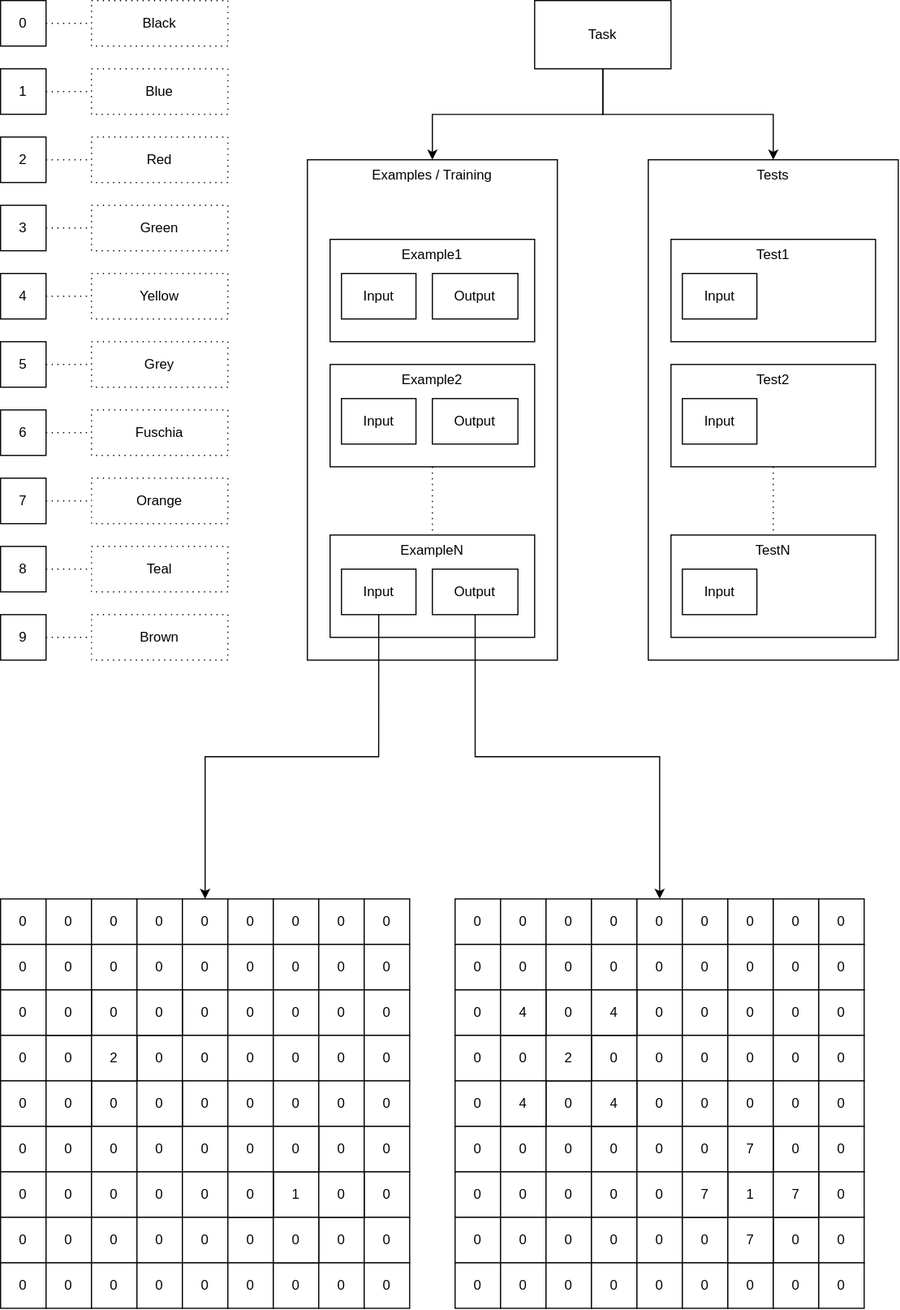
This is doc/diagrams/ArcGridSample.svg from aw9614569/InfoCell, a draw.io export, as it was before one commit. Source tidied: cells renumbered, new cells last; positions are measured from the earlier drawing's top-left corner, leaving out a move shared by most shapes.
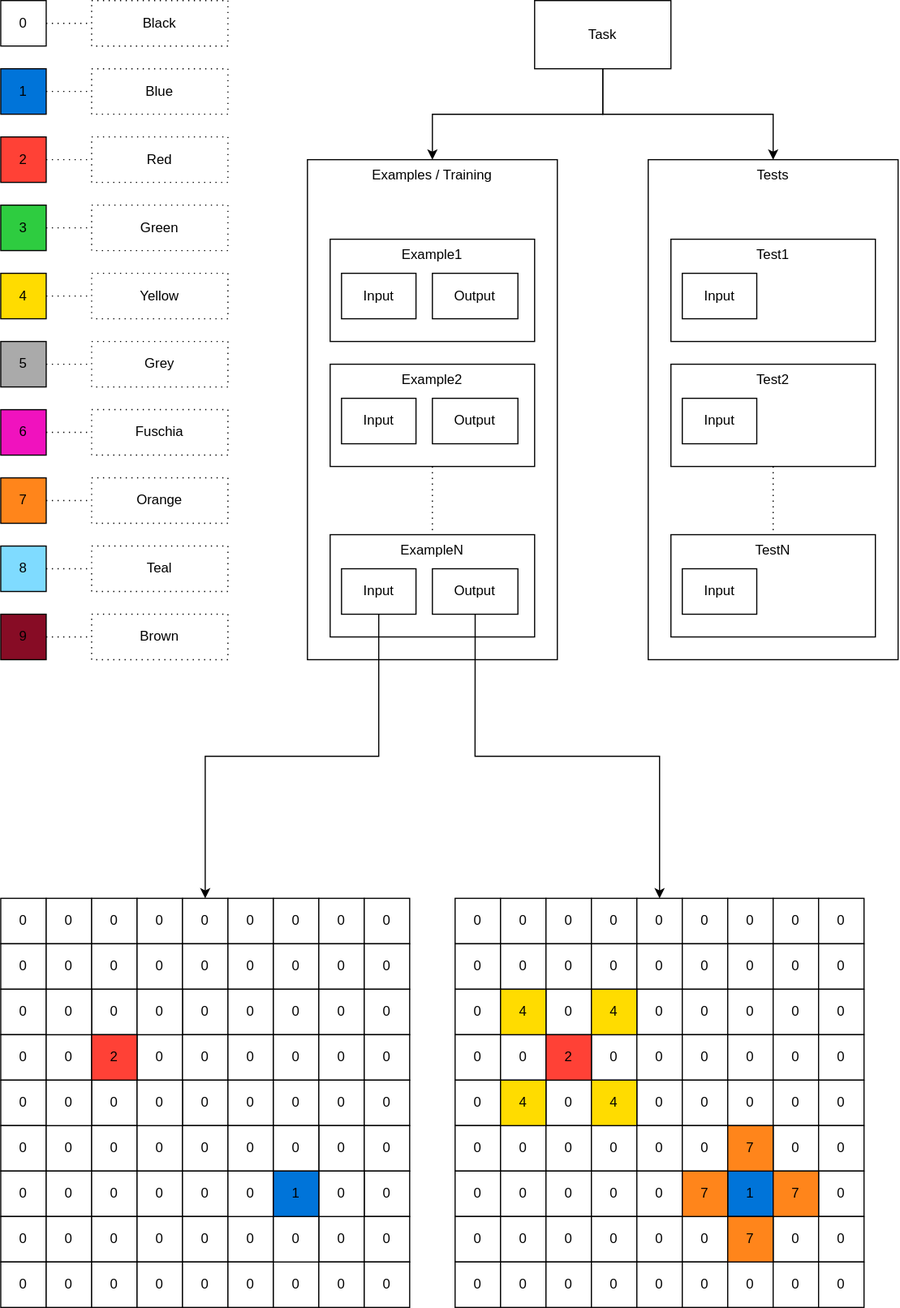
After the change.

Diff of the diagram source:
```diff
@@ -2,31 +2,31 @@
   <root>
     <mxCell id="0" />
     <mxCell id="1" parent="0" />
-    <mxCell id="2" value="5" style="whiteSpace=wrap;html=1;fillColor=light-dark(#FFFFFF,#AAAAAA);" parent="1" vertex="1">
+    <mxCell id="2" value="5" style="whiteSpace=wrap;html=1;fillColor=light-dark(#AAAAAA,#AAAAAA);" parent="1" vertex="1">
       <mxGeometry y="300" width="40" height="40" as="geometry" />
     </mxCell>
-    <mxCell id="3" value="6" style="whiteSpace=wrap;html=1;fillColor=light-dark(#FFFFFF,#F012BE);" parent="1" vertex="1">
+    <mxCell id="3" value="6" style="whiteSpace=wrap;html=1;fillColor=light-dark(#F012BE,#F012BE);" parent="1" vertex="1">
       <mxGeometry y="360" width="40" height="40" as="geometry" />
     </mxCell>
-    <mxCell id="4" value="4" style="whiteSpace=wrap;html=1;fillColor=light-dark(#FFFFFF,#FFDC00);" parent="1" vertex="1">
+    <mxCell id="4" value="4" style="whiteSpace=wrap;html=1;fillColor=light-dark(#FFDC00,#FFDC00);" parent="1" vertex="1">
       <mxGeometry y="240" width="40" height="40" as="geometry" />
     </mxCell>
-    <mxCell id="5" value="7" style="whiteSpace=wrap;html=1;fillColor=light-dark(#FFFFFF,#FF851B);" parent="1" vertex="1">
+    <mxCell id="5" value="7" style="whiteSpace=wrap;html=1;fillColor=light-dark(#FF851B,#FF851B);" parent="1" vertex="1">
       <mxGeometry y="420" width="40" height="40" as="geometry" />
     </mxCell>
-    <mxCell id="6" value="3" style="whiteSpace=wrap;html=1;fillColor=light-dark(#FFFFFF,#2ECC40);" parent="1" vertex="1">
+    <mxCell id="6" value="3" style="whiteSpace=wrap;html=1;fillColor=light-dark(#2ECC40,#2ECC40);" parent="1" vertex="1">
       <mxGeometry y="180" width="40" height="40" as="geometry" />
     </mxCell>
-    <mxCell id="7" value="8" style="whiteSpace=wrap;html=1;fillColor=light-dark(#FFFFFF,#7FDBFF);" parent="1" vertex="1">
+    <mxCell id="7" value="8" style="whiteSpace=wrap;html=1;fillColor=light-dark(#7FDBFF,#7FDBFF);" parent="1" vertex="1">
       <mxGeometry y="480" width="40" height="40" as="geometry" />
     </mxCell>
-    <mxCell id="8" value="2" style="whiteSpace=wrap;html=1;fillColor=light-dark(#FFFFFF,#FF4136);" parent="1" vertex="1">
+    <mxCell id="8" value="2" style="whiteSpace=wrap;html=1;fillColor=light-dark(#FF4136,#FF4136);" parent="1" vertex="1">
       <mxGeometry y="120" width="40" height="40" as="geometry" />
     </mxCell>
-    <mxCell id="9" value="1" style="whiteSpace=wrap;html=1;fillColor=light-dark(#FFFFFF,#0074D9);" parent="1" vertex="1">
+    <mxCell id="9" value="1" style="whiteSpace=wrap;html=1;fillColor=light-dark(#0074D9,#0074D9);" parent="1" vertex="1">
       <mxGeometry y="60" width="40" height="40" as="geometry" />
     </mxCell>
-    <mxCell id="10" value="9" style="whiteSpace=wrap;html=1;fillColor=light-dark(#FFFFFF,#870C25);" parent="1" vertex="1">
+    <mxCell id="10" value="9" style="whiteSpace=wrap;html=1;fillColor=light-dark(#870C25,#870C25);" parent="1" vertex="1">
       <mxGeometry y="540" width="40" height="40" as="geometry" />
     </mxCell>
     <mxCell id="11" style="rounded=0;jettySize=auto;html=1;exitX=1;exitY=0.5;exitDx=0;exitDy=0;dashed=1;endArrow=none;startFill=0;dashPattern=1 4;" parent="1" edge="1" source="12">
@@ -34,7 +34,7 @@
         <mxPoint x="80" y="20" as="targetPoint" />
       </mxGeometry>
     </mxCell>
-    <mxCell id="12" value="0" style="whiteSpace=wrap;html=1;" parent="1" vertex="1">
+    <mxCell id="12" value="&lt;font&gt;0&lt;/font&gt;" style="whiteSpace=wrap;html=1;fillColor=light-dark(#FFFFFF,#000000);" parent="1" vertex="1">
       <mxGeometry width="40" height="40" as="geometry" />
     </mxCell>
     <mxCell id="13" value="Black" style="rounded=0;whiteSpace=wrap;html=1;dashed=1;dashPattern=1 4;" parent="1" vertex="1">
@@ -337,35 +337,35 @@
     <mxCell id="103" value="0" style="whiteSpace=wrap;html=1;" parent="32" vertex="1">
       <mxGeometry x="320" y="320" width="40" height="40" as="geometry" />
     </mxCell>
-    <mxCell id="104" value="4" style="whiteSpace=wrap;html=1;fillColor=light-dark(#FFFFFF,#FFDC00);" parent="32" vertex="1">
-      <mxGeometry x="40" y="80" width="40" height="40" as="geometry" />
+    <mxCell id="104" value="2" style="whiteSpace=wrap;html=1;fillColor=light-dark(#FF4136,#FF4136);" parent="32" vertex="1">
+      <mxGeometry x="80" y="120" width="40" height="40" as="geometry" />
     </mxCell>
-    <mxCell id="105" value="4" style="whiteSpace=wrap;html=1;fillColor=light-dark(#FFFFFF,#FFDC00);" parent="32" vertex="1">
-      <mxGeometry x="120" y="80" width="40" height="40" as="geometry" />
+    <mxCell id="105" value="4" style="whiteSpace=wrap;html=1;fillColor=light-dark(#FFDC00,#FFDC00);" parent="32" vertex="1">
+      <mxGeometry x="40" y="80" width="40" height="40" as="geometry" />
     </mxCell>
-    <mxCell id="106" value="4" style="whiteSpace=wrap;html=1;fillColor=light-dark(#FFFFFF,#FFDC00);" parent="32" vertex="1">
-      <mxGeometry x="40" y="160" width="40" height="40" as="geometry" />
+    <mxCell id="106" value="4" style="whiteSpace=wrap;html=1;fillColor=light-dark(#FFDC00,#FFDC00);" parent="32" vertex="1">
+      <mxGeometry x="120" y="80" width="40" height="40" as="geometry" />
     </mxCell>
-    <mxCell id="107" value="4" style="whiteSpace=wrap;html=1;fillColor=light-dark(#FFFFFF,#FFDC00);" parent="32" vertex="1">
-      <mxGeometry x="120" y="160" width="40" height="40" as="geometry" />
+    <mxCell id="107" value="4" style="whiteSpace=wrap;html=1;fillColor=light-dark(#FFDC00,#FFDC00);" parent="32" vertex="1">
+      <mxGeometry x="40" y="160" width="40" height="40" as="geometry" />
     </mxCell>
-    <mxCell id="108" value="2" style="whiteSpace=wrap;html=1;fillColor=light-dark(#FFFFFF,#FF4136);" parent="32" vertex="1">
-      <mxGeometry x="80" y="120" width="40" height="40" as="geometry" />
+    <mxCell id="108" value="4" style="whiteSpace=wrap;html=1;fillColor=light-dark(#FFDC00,#FFDC00);" parent="32" vertex="1">
+      <mxGeometry x="120" y="160" width="40" height="40" as="geometry" />
     </mxCell>
-    <mxCell id="109" value="1" style="whiteSpace=wrap;html=1;fillColor=light-dark(#FFFFFF,#0074D9);" parent="32" vertex="1">
+    <mxCell id="109" value="1" style="whiteSpace=wrap;html=1;fillColor=light-dark(#0074D9,#0074D9);" parent="32" vertex="1">
       <mxGeometry x="240" y="240" width="40" height="40" as="geometry" />
     </mxCell>
-    <mxCell id="110" value="7" style="whiteSpace=wrap;html=1;fillColor=light-dark(#FFFFFF,#FF851B);" parent="32" vertex="1">
-      <mxGeometry x="200" y="240" width="40" height="40" as="geometry" />
+    <mxCell id="110" value="7" style="whiteSpace=wrap;html=1;fillColor=light-dark(#FF851B,#FF851B);" parent="32" vertex="1">
+      <mxGeometry x="240" y="200" width="40" height="40" as="geometry" />
     </mxCell>
-    <mxCell id="111" value="7" style="whiteSpace=wrap;html=1;fillColor=light-dark(#FFFFFF,#FF851B);" parent="32" vertex="1">
-      <mxGeometry x="240" y="280" width="40" height="40" as="geometry" />
+    <mxCell id="111" value="7" style="whiteSpace=wrap;html=1;fillColor=light-dark(#FF851B,#FF851B);" parent="32" vertex="1">
+      <mxGeometry x="200" y="240" width="40" height="40" as="geometry" />
     </mxCell>
-    <mxCell id="112" value="7" style="whiteSpace=wrap;html=1;fillColor=light-dark(#FFFFFF,#FF851B);" parent="32" vertex="1">
+    <mxCell id="112" value="7" style="whiteSpace=wrap;html=1;fillColor=light-dark(#FF851B,#FF851B);" parent="32" vertex="1">
       <mxGeometry x="280" y="240" width="40" height="40" as="geometry" />
     </mxCell>
-    <mxCell id="113" value="7" style="whiteSpace=wrap;html=1;fillColor=light-dark(#FFFFFF,#FF851B);" parent="32" vertex="1">
-      <mxGeometry x="240" y="200" width="40" height="40" as="geometry" />
+    <mxCell id="113" value="7" style="whiteSpace=wrap;html=1;fillColor=light-dark(#FF851B,#FF851B);" parent="32" vertex="1">
+      <mxGeometry x="240" y="280" width="40" height="40" as="geometry" />
     </mxCell>
     <mxCell id="114" style="edgeStyle=orthogonalEdgeStyle;rounded=0;jettySize=auto;html=1;exitX=0.5;exitY=1;exitDx=0;exitDy=0;entryX=0.5;entryY=0;entryDx=0;entryDy=0;" parent="1" edge="1" source="116" target="119">
       <mxGeometry relative="1" as="geometry" />
@@ -669,35 +669,35 @@
     <mxCell id="213" value="0" style="whiteSpace=wrap;html=1;" parent="142" vertex="1">
       <mxGeometry x="320" y="320" width="40" height="40" as="geometry" />
     </mxCell>
-    <mxCell id="214" value="2" style="whiteSpace=wrap;html=1;fillColor=light-dark(#FFFFFF,#FF4136);" parent="142" vertex="1">
-      <mxGeometry x="80" y="120" width="40" height="40" as="geometry" />
+    <mxCell id="214" value="0" style="whiteSpace=wrap;html=1;" parent="142" vertex="1">
+      <mxGeometry x="40" y="80" width="40" height="40" as="geometry" />
     </mxCell>
-    <mxCell id="215" value="1" style="whiteSpace=wrap;html=1;fillColor=light-dark(#FFFFFF,#0074D9);" parent="142" vertex="1">
-      <mxGeometry x="240" y="240" width="40" height="40" as="geometry" />
+    <mxCell id="215" value="0" style="whiteSpace=wrap;html=1;" parent="142" vertex="1">
+      <mxGeometry x="120" y="80" width="40" height="40" as="geometry" />
     </mxCell>
     <mxCell id="216" value="0" style="whiteSpace=wrap;html=1;" parent="142" vertex="1">
-      <mxGeometry x="40" y="80" width="40" height="40" as="geometry" />
+      <mxGeometry x="40" y="160" width="40" height="40" as="geometry" />
     </mxCell>
     <mxCell id="217" value="0" style="whiteSpace=wrap;html=1;" parent="142" vertex="1">
-      <mxGeometry x="120" y="80" width="40" height="40" as="geometry" />
+      <mxGeometry x="120" y="160" width="40" height="40" as="geometry" />
     </mxCell>
     <mxCell id="218" value="0" style="whiteSpace=wrap;html=1;" parent="142" vertex="1">
-      <mxGeometry x="40" y="160" width="40" height="40" as="geometry" />
+      <mxGeometry x="200" y="240" width="40" height="40" as="geometry" />
     </mxCell>
     <mxCell id="219" value="0" style="whiteSpace=wrap;html=1;" parent="142" vertex="1">
-      <mxGeometry x="120" y="160" width="40" height="40" as="geometry" />
+      <mxGeometry x="240" y="280" width="40" height="40" as="geometry" />
     </mxCell>
     <mxCell id="220" value="0" style="whiteSpace=wrap;html=1;" parent="142" vertex="1">
-      <mxGeometry x="200" y="240" width="40" height="40" as="geometry" />
+      <mxGeometry x="240" y="200" width="40" height="40" as="geometry" />
     </mxCell>
     <mxCell id="221" value="0" style="whiteSpace=wrap;html=1;" parent="142" vertex="1">
-      <mxGeometry x="240" y="280" width="40" height="40" as="geometry" />
+      <mxGeometry x="280" y="240" width="40" height="40" as="geometry" />
     </mxCell>
-    <mxCell id="222" value="0" style="whiteSpace=wrap;html=1;" parent="142" vertex="1">
-      <mxGeometry x="240" y="200" width="40" height="40" as="geometry" />
+    <mxCell id="222" value="2" style="whiteSpace=wrap;html=1;fillColor=light-dark(#FF4136,#FF4136);" parent="142" vertex="1">
+      <mxGeometry x="80" y="120" width="40" height="40" as="geometry" />
     </mxCell>
-    <mxCell id="223" value="0" style="whiteSpace=wrap;html=1;" parent="142" vertex="1">
-      <mxGeometry x="280" y="240" width="40" height="40" as="geometry" />
+    <mxCell id="223" value="1" style="whiteSpace=wrap;html=1;fillColor=light-dark(#0074D9,#0074D9);" parent="142" vertex="1">
+      <mxGeometry x="240" y="240" width="40" height="40" as="geometry" />
     </mxCell>
     <mxCell id="224" style="edgeStyle=orthogonalEdgeStyle;rounded=0;jettySize=auto;html=1;exitX=0.5;exitY=1;exitDx=0;exitDy=0;entryX=0.5;entryY=0;entryDx=0;entryDy=0;" parent="1" edge="1" source="130" target="37">
       <mxGeometry relative="1" as="geometry" />
```
